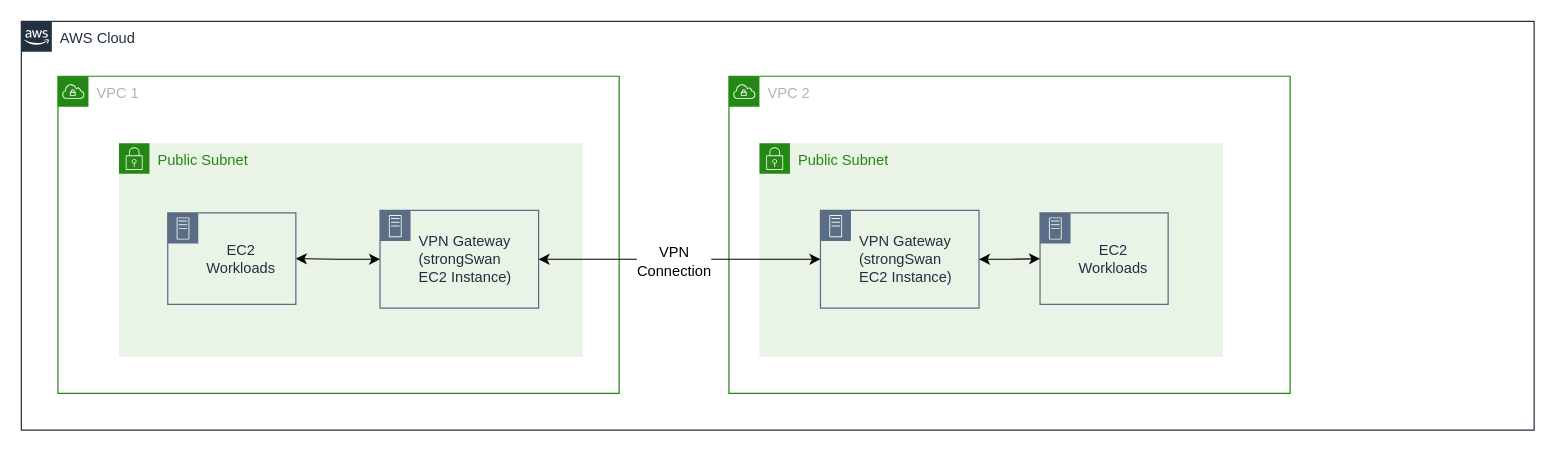
Before: page "DIY" (3 of 3) of images/site-to-site-vpn-scenarios.drawio in aws-samples/vpn-gateway-strongswan, a draw.io diagram. Source tidied: cells renumbered, new cells numbered last; positions are measured from the earlier drawing's top-left corner, leaving out a move shared by most shapes. Both pictures are drawn from the tidied source at 122%, with x=0, y=0 at pixel (21, 21).
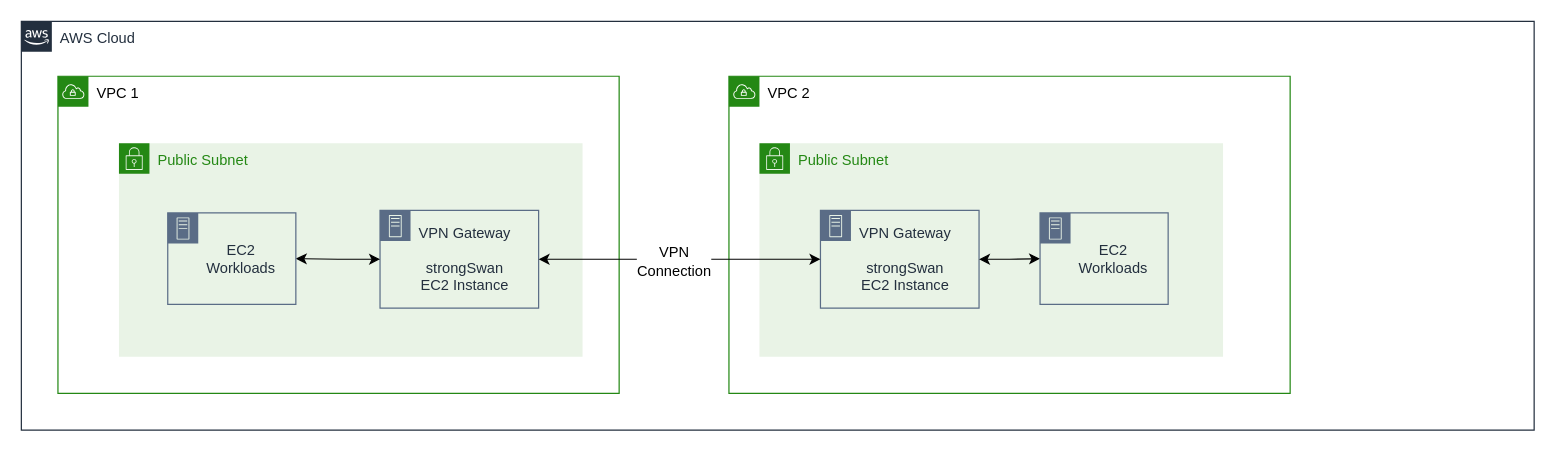
The same page after the edit.

The edit, as a diff of the source:
```diff
@@
 <mxGraphModel>
   <root>
     <mxCell id="0" />
     <mxCell id="1" parent="0" />
     <mxCell id="2" value="AWS Cloud" style="gradientColor=none;html=1;whiteSpace=wrap;fontSize=12;fontStyle=0;shape=mxgraph.aws4.group;grIcon=mxgraph.aws4.group_aws_cloud_alt;strokeColor=#232F3E;fillColor=none;verticalAlign=top;align=left;spacingLeft=30;fontColor=#232F3E;dashed=0;" parent="1" vertex="1">
       <mxGeometry width="1240" height="335" as="geometry" />
     </mxCell>
-    <mxCell id="3" value="VPC 2" style="gradientColor=none;html=1;whiteSpace=wrap;fontSize=12;fontStyle=0;shape=mxgraph.aws4.group;grIcon=mxgraph.aws4.group_vpc;strokeColor=#248814;fillColor=none;verticalAlign=top;align=left;spacingLeft=30;fontColor=#AAB7B8;dashed=0;" parent="1" vertex="1">
+    <mxCell id="3" value="VPC 2" style="gradientColor=none;html=1;whiteSpace=wrap;fontSize=12;fontStyle=0;shape=mxgraph.aws4.group;grIcon=mxgraph.aws4.group_vpc;strokeColor=#248814;fillColor=none;verticalAlign=top;align=left;spacingLeft=30;fontColor=#000000;dashed=0;" parent="1" vertex="1">
       <mxGeometry x="580" y="45" width="460" height="260" as="geometry" />
     </mxCell>
-    <mxCell id="4" value="VPC 1" style="points=[[0,0],[0.25,0],[0.5,0],[0.75,0],[1,0],[1,0.25],[1,0.5],[1,0.75],[1,1],[0.75,1],[0.5,1],[0.25,1],[0,1],[0,0.75],[0,0.5],[0,0.25]];outlineConnect=0;gradientColor=none;html=1;whiteSpace=wrap;fontSize=12;fontStyle=0;shape=mxgraph.aws4.group;grIcon=mxgraph.aws4.group_vpc;strokeColor=#248814;fillColor=none;verticalAlign=top;align=left;spacingLeft=30;fontColor=#AAB7B8;dashed=0;" parent="1" vertex="1">
+    <mxCell id="4" value="VPC 1" style="points=[[0,0],[0.25,0],[0.5,0],[0.75,0],[1,0],[1,0.25],[1,0.5],[1,0.75],[1,1],[0.75,1],[0.5,1],[0.25,1],[0,1],[0,0.75],[0,0.5],[0,0.25]];outlineConnect=0;gradientColor=none;html=1;whiteSpace=wrap;fontSize=12;fontStyle=0;shape=mxgraph.aws4.group;grIcon=mxgraph.aws4.group_vpc;strokeColor=#248814;fillColor=none;verticalAlign=top;align=left;spacingLeft=30;fontColor=#000000;dashed=0;" parent="1" vertex="1">
       <mxGeometry x="30" y="45" width="460" height="260" as="geometry" />
     </mxCell>
     <mxCell id="5" value="Public Subnet" style="gradientColor=none;html=1;whiteSpace=wrap;fontSize=12;fontStyle=0;shape=mxgraph.aws4.group;grIcon=mxgraph.aws4.group_security_group;grStroke=0;strokeColor=#248814;fillColor=#E9F3E6;verticalAlign=top;align=left;spacingLeft=30;fontColor=#248814;dashed=0;" parent="1" vertex="1">
       <mxGeometry x="80" y="100" width="380" height="175" as="geometry" />
     </mxCell>
     <mxCell id="6" style="edgeStyle=orthogonalEdgeStyle;rounded=0;orthogonalLoop=1;jettySize=auto;html=1;exitX=0.5;exitY=1;exitDx=0;exitDy=0;" parent="1" edge="1" source="4" target="4">
       <mxGeometry relative="1" as="geometry" />
     </mxCell>
-    <mxCell id="7" value="&lt;span style=&quot;color: rgb(35 , 47 , 62) ; text-align: center ; white-space: nowrap&quot;&gt;VPN Gateway&lt;/span&gt;&lt;br style=&quot;color: rgb(35 , 47 , 62) ; text-align: center ; white-space: nowrap&quot;&gt;&lt;span style=&quot;color: rgb(35 , 47 , 62) ; text-align: center ; white-space: nowrap&quot;&gt;(strongSwan&lt;br&gt;EC2 Instance)&lt;/span&gt;" style="points=[[0,0],[0.25,0],[0.5,0],[0.75,0],[1,0],[1,0.25],[1,0.5],[1,0.75],[1,1],[0.75,1],[0.5,1],[0.25,1],[0,1],[0,0.75],[0,0.5],[0,0.25]];outlineConnect=0;gradientColor=none;html=1;whiteSpace=wrap;fontSize=12;fontStyle=0;shape=mxgraph.aws4.group;grIcon=mxgraph.aws4.group_on_premise;strokeColor=#5A6C86;fillColor=none;verticalAlign=middle;align=left;spacingLeft=30;fontColor=#5A6C86;dashed=0;" parent="1" vertex="1">
+    <mxCell id="7" value="&lt;span style=&quot;color: rgb(35 , 47 , 62) ; text-align: center ; white-space: nowrap&quot;&gt;VPN Gateway&lt;/span&gt;&lt;br style=&quot;color: rgb(35 , 47 , 62) ; text-align: center ; white-space: nowrap&quot;&gt;&lt;span style=&quot;color: rgb(35 , 47 , 62) ; white-space: nowrap&quot;&gt;&lt;br&gt;&lt;div style=&quot;text-align: center&quot;&gt;&lt;span&gt;strongSwan&lt;/span&gt;&lt;/div&gt;&lt;div style=&quot;text-align: center&quot;&gt;&lt;span&gt;EC2 Instance&lt;/span&gt;&lt;/div&gt;&lt;/span&gt;" style="points=[[0,0],[0.25,0],[0.5,0],[0.75,0],[1,0],[1,0.25],[1,0.5],[1,0.75],[1,1],[0.75,1],[0.5,1],[0.25,1],[0,1],[0,0.75],[0,0.5],[0,0.25]];outlineConnect=0;gradientColor=none;html=1;whiteSpace=wrap;fontSize=12;fontStyle=0;shape=mxgraph.aws4.group;grIcon=mxgraph.aws4.group_on_premise;strokeColor=#5A6C86;fillColor=none;verticalAlign=middle;align=left;spacingLeft=30;fontColor=#5A6C86;dashed=0;" parent="1" vertex="1">
       <mxGeometry x="294" y="155" width="130" height="80" as="geometry" />
     </mxCell>
     <mxCell id="8" style="edgeStyle=orthogonalEdgeStyle;rounded=0;jettySize=auto;html=1;exitX=0;exitY=0.5;exitDx=0;exitDy=0;entryX=1;entryY=0.5;entryDx=0;entryDy=0;startArrow=classic;startFill=1;" parent="1" edge="1" source="7" target="9">
       <mxGeometry relative="1" as="geometry" />
     </mxCell>
     <mxCell id="9" value="&lt;div style=&quot;text-align: center&quot;&gt;&lt;font color=&quot;#232f3e&quot;&gt;&lt;span style=&quot;white-space: nowrap&quot;&gt;EC2&lt;/span&gt;&lt;/font&gt;&lt;/div&gt;&lt;div style=&quot;text-align: center&quot;&gt;&lt;font color=&quot;#232f3e&quot;&gt;&lt;span style=&quot;white-space: nowrap&quot;&gt;Workloads&lt;/span&gt;&lt;/font&gt;&lt;/div&gt;" style="points=[[0,0],[0.25,0],[0.5,0],[0.75,0],[1,0],[1,0.25],[1,0.5],[1,0.75],[1,1],[0.75,1],[0.5,1],[0.25,1],[0,1],[0,0.75],[0,0.5],[0,0.25]];outlineConnect=0;gradientColor=none;html=1;whiteSpace=wrap;fontSize=12;fontStyle=0;shape=mxgraph.aws4.group;grIcon=mxgraph.aws4.group_on_premise;strokeColor=#5A6C86;fillColor=none;verticalAlign=middle;align=left;spacingLeft=30;fontColor=#5A6C86;dashed=0;" parent="1" vertex="1">
       <mxGeometry x="120" y="157" width="105" height="75" as="geometry" />
     </mxCell>
     <mxCell id="10" value="Public Subnet" style="gradientColor=none;html=1;whiteSpace=wrap;fontSize=12;fontStyle=0;shape=mxgraph.aws4.group;grIcon=mxgraph.aws4.group_security_group;grStroke=0;strokeColor=#248814;fillColor=#E9F3E6;verticalAlign=top;align=left;spacingLeft=30;fontColor=#248814;dashed=0;" parent="1" vertex="1">
       <mxGeometry x="605" y="100" width="380" height="175" as="geometry" />
     </mxCell>
-    <mxCell id="11" value="&lt;span style=&quot;color: rgb(35 , 47 , 62) ; text-align: center ; white-space: nowrap&quot;&gt;VPN Gateway&lt;/span&gt;&lt;br style=&quot;color: rgb(35 , 47 , 62) ; text-align: center ; white-space: nowrap&quot;&gt;&lt;span style=&quot;color: rgb(35 , 47 , 62) ; text-align: center ; white-space: nowrap&quot;&gt;(strongSwan&lt;br&gt;EC2 Instance)&lt;/span&gt;" style="points=[[0,0],[0.25,0],[0.5,0],[0.75,0],[1,0],[1,0.25],[1,0.5],[1,0.75],[1,1],[0.75,1],[0.5,1],[0.25,1],[0,1],[0,0.75],[0,0.5],[0,0.25]];outlineConnect=0;gradientColor=none;html=1;whiteSpace=wrap;fontSize=12;fontStyle=0;shape=mxgraph.aws4.group;grIcon=mxgraph.aws4.group_on_premise;strokeColor=#5A6C86;fillColor=none;verticalAlign=middle;align=left;spacingLeft=30;fontColor=#5A6C86;dashed=0;" parent="1" vertex="1">
+    <mxCell id="11" value="&lt;span style=&quot;color: rgb(35 , 47 , 62) ; text-align: center ; white-space: nowrap&quot;&gt;VPN Gateway&lt;/span&gt;&lt;br style=&quot;color: rgb(35 , 47 , 62) ; text-align: center ; white-space: nowrap&quot;&gt;&lt;span style=&quot;color: rgb(35 , 47 , 62) ; white-space: nowrap&quot;&gt;&lt;br&gt;&lt;div style=&quot;text-align: center&quot;&gt;&lt;span&gt;strongSwan&lt;/span&gt;&lt;/div&gt;&lt;div style=&quot;text-align: center&quot;&gt;&lt;span&gt;EC2 Instance&lt;/span&gt;&lt;/div&gt;&lt;/span&gt;" style="points=[[0,0],[0.25,0],[0.5,0],[0.75,0],[1,0],[1,0.25],[1,0.5],[1,0.75],[1,1],[0.75,1],[0.5,1],[0.25,1],[0,1],[0,0.75],[0,0.5],[0,0.25]];outlineConnect=0;gradientColor=none;html=1;whiteSpace=wrap;fontSize=12;fontStyle=0;shape=mxgraph.aws4.group;grIcon=mxgraph.aws4.group_on_premise;strokeColor=#5A6C86;fillColor=none;verticalAlign=middle;align=left;spacingLeft=30;fontColor=#5A6C86;dashed=0;" parent="1" vertex="1">
       <mxGeometry x="655" y="155" width="130" height="80" as="geometry" />
     </mxCell>
     <mxCell id="12" style="edgeStyle=orthogonalEdgeStyle;rounded=0;jettySize=auto;html=1;exitX=1;exitY=0.5;exitDx=0;exitDy=0;entryX=0;entryY=0.5;entryDx=0;entryDy=0;startArrow=classic;startFill=1;" parent="1" edge="1" source="11" target="13">
       <mxGeometry relative="1" as="geometry" />
     </mxCell>
     <mxCell id="13" value="&lt;div style=&quot;text-align: center&quot;&gt;&lt;font color=&quot;#232f3e&quot;&gt;&lt;span style=&quot;white-space: nowrap&quot;&gt;EC2&lt;/span&gt;&lt;/font&gt;&lt;/div&gt;&lt;div style=&quot;text-align: center&quot;&gt;&lt;font color=&quot;#232f3e&quot;&gt;&lt;span style=&quot;white-space: nowrap&quot;&gt;Workloads&lt;/span&gt;&lt;/font&gt;&lt;/div&gt;" style="points=[[0,0],[0.25,0],[0.5,0],[0.75,0],[1,0],[1,0.25],[1,0.5],[1,0.75],[1,1],[0.75,1],[0.5,1],[0.25,1],[0,1],[0,0.75],[0,0.5],[0,0.25]];outlineConnect=0;gradientColor=none;html=1;whiteSpace=wrap;fontSize=12;fontStyle=0;shape=mxgraph.aws4.group;grIcon=mxgraph.aws4.group_on_premise;strokeColor=#5A6C86;fillColor=none;verticalAlign=middle;align=left;spacingLeft=30;fontColor=#5A6C86;dashed=0;" parent="1" vertex="1">
       <mxGeometry x="835" y="157" width="105" height="75" as="geometry" />
     </mxCell>
     <mxCell id="14" style="edgeStyle=orthogonalEdgeStyle;rounded=0;jettySize=auto;html=1;startArrow=classic;startFill=1;exitX=0;exitY=0.5;exitDx=0;exitDy=0;" parent="1" edge="1" source="11" target="7">
       <mxGeometry relative="1" as="geometry" />
     </mxCell>
     <mxCell id="15" value="VPN&lt;br&gt;Connection" style="text;html=1;align=center;verticalAlign=middle;labelBackgroundColor=#ffffff;" parent="14" vertex="1">
       <mxGeometry x="0.05" y="1" relative="1" as="geometry" />
     </mxCell>
   </root>
 </mxGraphModel>
```
